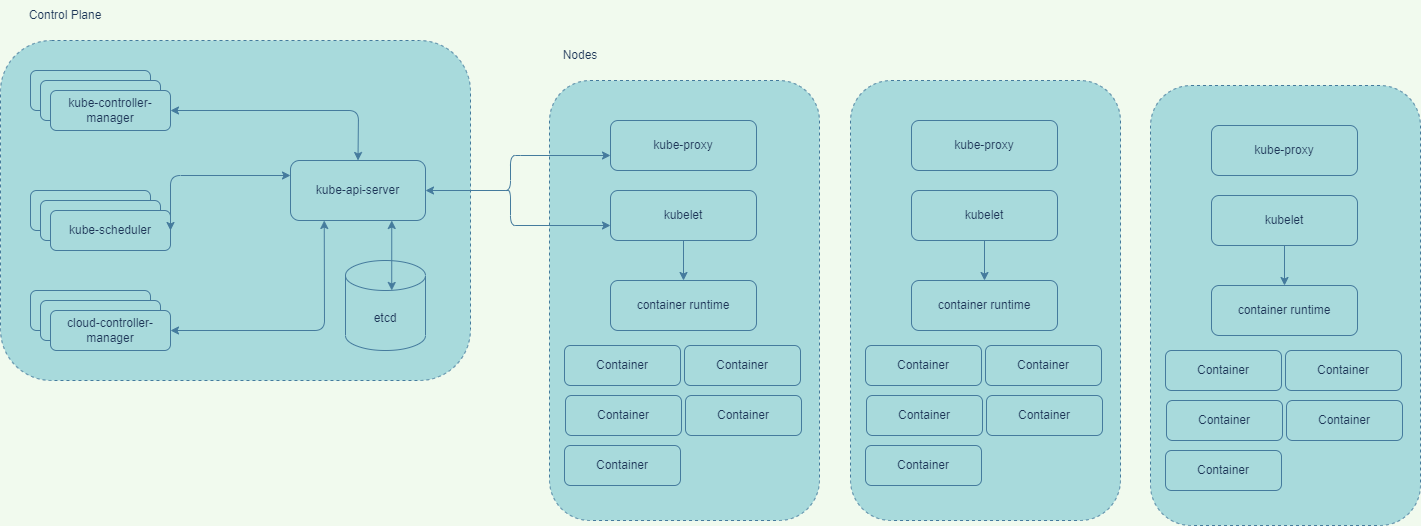
dulanjanad/LearnKubernetes keeps this draw.io diagram as Diagrams/K8S-BigPicture.png. Above is the earlier version. Source tidied: cells renumbered, new cells last; positions are measured from the earlier drawing's top-left corner, leaving out a move shared by most shapes.
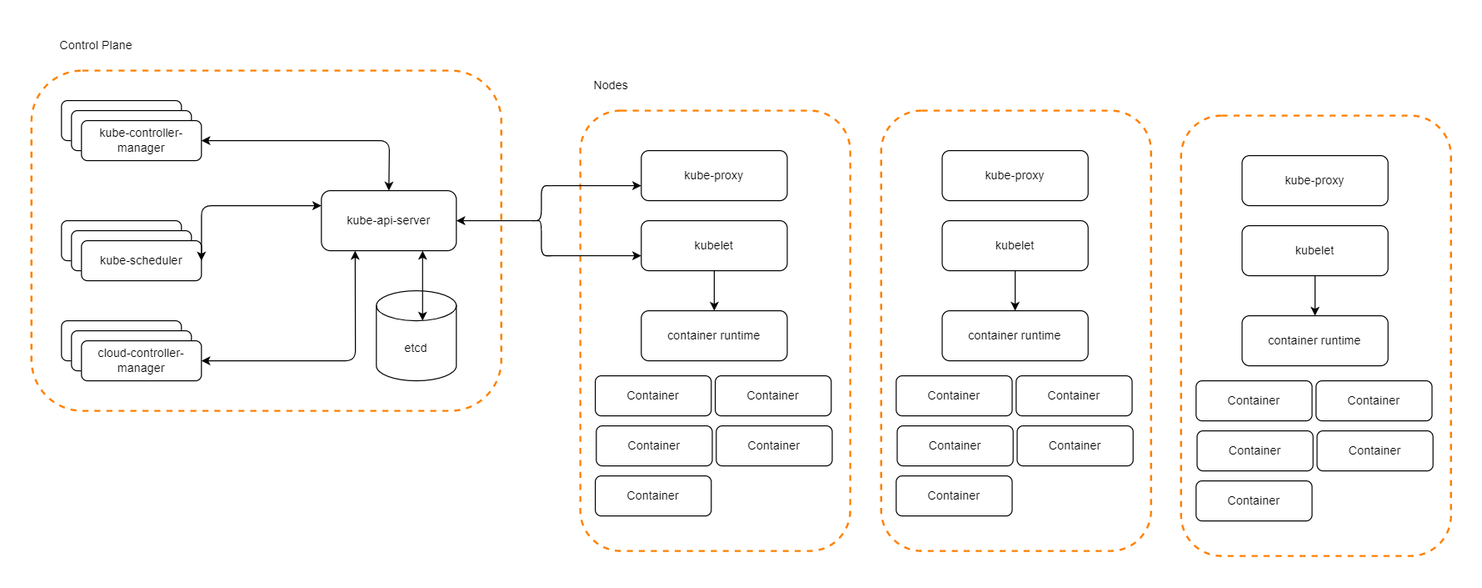
The same file after the commit.

What changed in the source:
```diff
@@ -1,178 +1,178 @@
-<mxGraphModel background="#F1FAEE">
+<mxGraphModel background="#FFFFFF">
   <root>
     <mxCell id="0" />
     <mxCell id="1" parent="0" />
-    <mxCell id="2" style="shape=ext;rounded=1;whiteSpace=wrap;html=1;dashed=1;fillColor=#A8DADC;strokeColor=#457B9D;fontColor=#1D3557;" parent="1" vertex="1">
+    <mxCell id="2" style="shape=ext;rounded=1;whiteSpace=wrap;html=1;dashed=1;fillColor=none;strokeColor=#FF8000;strokeWidth=2;" parent="1" vertex="1">
       <mxGeometry y="40" width="470" height="340" as="geometry" />
     </mxCell>
-    <mxCell id="3" style="rounded=1;whiteSpace=wrap;html=1;fillColor=#A8DADC;strokeColor=#457B9D;fontColor=#1D3557;" parent="1" vertex="1">
+    <mxCell id="3" style="rounded=1;whiteSpace=wrap;html=1;" parent="1" vertex="1">
       <mxGeometry x="30" y="70" width="120" height="40" as="geometry" />
     </mxCell>
-    <mxCell id="4" style="rounded=1;whiteSpace=wrap;html=1;fillColor=#A8DADC;strokeColor=#457B9D;fontColor=#1D3557;" parent="1" vertex="1">
+    <mxCell id="4" style="rounded=1;whiteSpace=wrap;html=1;" parent="1" vertex="1">
       <mxGeometry x="40" y="80" width="120" height="40" as="geometry" />
     </mxCell>
-    <mxCell id="5" value="kube-controller-manager" style="rounded=1;whiteSpace=wrap;html=1;fillColor=#A8DADC;strokeColor=#457B9D;fontColor=#1D3557;" parent="1" vertex="1">
+    <mxCell id="5" value="kube-controller-manager" style="rounded=1;whiteSpace=wrap;html=1;" parent="1" vertex="1">
       <mxGeometry x="50" y="90" width="120" height="40" as="geometry" />
     </mxCell>
-    <mxCell id="6" style="rounded=1;whiteSpace=wrap;html=1;fillColor=#A8DADC;strokeColor=#457B9D;fontColor=#1D3557;" parent="1" vertex="1">
+    <mxCell id="6" style="rounded=1;whiteSpace=wrap;html=1;" parent="1" vertex="1">
       <mxGeometry x="30" y="190" width="120" height="40" as="geometry" />
     </mxCell>
-    <mxCell id="7" style="rounded=1;whiteSpace=wrap;html=1;fillColor=#A8DADC;strokeColor=#457B9D;fontColor=#1D3557;" parent="1" vertex="1">
+    <mxCell id="7" style="rounded=1;whiteSpace=wrap;html=1;" parent="1" vertex="1">
       <mxGeometry x="40" y="200" width="120" height="40" as="geometry" />
     </mxCell>
-    <mxCell id="8" value="kube-scheduler" style="rounded=1;whiteSpace=wrap;html=1;fillColor=#A8DADC;strokeColor=#457B9D;fontColor=#1D3557;" parent="1" vertex="1">
+    <mxCell id="8" value="kube-scheduler" style="rounded=1;whiteSpace=wrap;html=1;" parent="1" vertex="1">
       <mxGeometry x="50" y="210" width="120" height="40" as="geometry" />
     </mxCell>
-    <mxCell id="9" style="rounded=1;whiteSpace=wrap;html=1;fillColor=#A8DADC;strokeColor=#457B9D;fontColor=#1D3557;" parent="1" vertex="1">
+    <mxCell id="9" style="rounded=1;whiteSpace=wrap;html=1;" parent="1" vertex="1">
       <mxGeometry x="30" y="290" width="120" height="40" as="geometry" />
     </mxCell>
-    <mxCell id="10" style="rounded=1;whiteSpace=wrap;html=1;fillColor=#A8DADC;strokeColor=#457B9D;fontColor=#1D3557;" parent="1" vertex="1">
+    <mxCell id="10" style="rounded=1;whiteSpace=wrap;html=1;" parent="1" vertex="1">
       <mxGeometry x="40" y="300" width="120" height="40" as="geometry" />
     </mxCell>
-    <mxCell id="11" value="cloud-controller-manager" style="rounded=1;whiteSpace=wrap;html=1;fillColor=#A8DADC;strokeColor=#457B9D;fontColor=#1D3557;" parent="1" vertex="1">
+    <mxCell id="11" value="cloud-controller-manager" style="rounded=1;whiteSpace=wrap;html=1;" parent="1" vertex="1">
       <mxGeometry x="50" y="310" width="120" height="40" as="geometry" />
     </mxCell>
-    <mxCell id="12" value="kube-api-server" style="rounded=1;whiteSpace=wrap;html=1;fillColor=#A8DADC;strokeColor=#457B9D;fontColor=#1D3557;" parent="1" vertex="1">
+    <mxCell id="12" value="kube-api-server" style="rounded=1;whiteSpace=wrap;html=1;" parent="1" vertex="1">
       <mxGeometry x="290" y="160" width="135" height="60" as="geometry" />
     </mxCell>
-    <mxCell id="13" value="etcd" style="shape=cylinder3;whiteSpace=wrap;html=1;boundedLbl=1;backgroundOutline=1;size=15;rounded=1;fillColor=#A8DADC;strokeColor=#457B9D;fontColor=#1D3557;" parent="1" vertex="1">
+    <mxCell id="13" value="etcd" style="shape=cylinder3;whiteSpace=wrap;html=1;boundedLbl=1;backgroundOutline=1;size=15;rounded=1;" parent="1" vertex="1">
       <mxGeometry x="345" y="260" width="80" height="90" as="geometry" />
     </mxCell>
-    <mxCell id="14" style="endArrow=classic;startArrow=classic;html=1;rounded=1;exitX=1;exitY=0.5;exitDx=0;exitDy=0;entryX=0.5;entryY=0;entryDx=0;entryDy=0;labelBackgroundColor=#F1FAEE;strokeColor=#457B9D;fontColor=#1D3557;" parent="1" edge="1" source="5" target="12">
+    <mxCell id="14" style="endArrow=classic;startArrow=classic;html=1;rounded=1;exitX=1;exitY=0.5;exitDx=0;exitDy=0;entryX=0.5;entryY=0;entryDx=0;entryDy=0;" parent="1" edge="1" source="5" target="12">
       <mxGeometry relative="1" as="geometry">
         <Array as="points">
           <mxPoint x="358" y="110" />
         </Array>
       </mxGeometry>
     </mxCell>
-    <mxCell id="15" style="endArrow=classic;startArrow=classic;html=1;rounded=1;exitX=1;exitY=0.5;exitDx=0;exitDy=0;entryX=0;entryY=0.25;entryDx=0;entryDy=0;labelBackgroundColor=#F1FAEE;strokeColor=#457B9D;fontColor=#1D3557;" parent="1" edge="1" source="8" target="12">
+    <mxCell id="15" style="endArrow=classic;startArrow=classic;html=1;rounded=1;exitX=1;exitY=0.5;exitDx=0;exitDy=0;entryX=0;entryY=0.25;entryDx=0;entryDy=0;" parent="1" edge="1" source="8" target="12">
       <mxGeometry relative="1" as="geometry">
         <Array as="points">
           <mxPoint x="170" y="175" />
         </Array>
       </mxGeometry>
     </mxCell>
-    <mxCell id="16" style="endArrow=classic;startArrow=classic;html=1;rounded=1;exitX=1;exitY=0.5;exitDx=0;exitDy=0;entryX=0.25;entryY=1;entryDx=0;entryDy=0;labelBackgroundColor=#F1FAEE;strokeColor=#457B9D;fontColor=#1D3557;" parent="1" edge="1" source="11" target="12">
+    <mxCell id="16" style="endArrow=classic;startArrow=classic;html=1;rounded=1;exitX=1;exitY=0.5;exitDx=0;exitDy=0;entryX=0.25;entryY=1;entryDx=0;entryDy=0;" parent="1" edge="1" source="11" target="12">
       <mxGeometry relative="1" as="geometry">
         <Array as="points">
           <mxPoint x="324" y="330" />
         </Array>
       </mxGeometry>
     </mxCell>
-    <mxCell id="17" style="endArrow=classic;startArrow=classic;html=1;rounded=1;entryX=0.75;entryY=1;entryDx=0;entryDy=0;exitX=0.578;exitY=0.333;exitDx=0;exitDy=0;exitPerimeter=0;labelBackgroundColor=#F1FAEE;strokeColor=#457B9D;fontColor=#1D3557;" parent="1" edge="1" source="13" target="12">
+    <mxCell id="17" style="endArrow=classic;startArrow=classic;html=1;rounded=1;entryX=0.75;entryY=1;entryDx=0;entryDy=0;exitX=0.578;exitY=0.333;exitDx=0;exitDy=0;exitPerimeter=0;" parent="1" edge="1" source="13" target="12">
       <mxGeometry relative="1" as="geometry" />
     </mxCell>
-    <mxCell id="18" style="shape=ext;rounded=1;whiteSpace=wrap;html=1;dashed=1;fillColor=#A8DADC;strokeColor=#457B9D;fontColor=#1D3557;" parent="1" vertex="1">
+    <mxCell id="18" style="shape=ext;rounded=1;whiteSpace=wrap;html=1;dashed=1;fillColor=none;strokeColor=#FF8000;strokeWidth=2;" parent="1" vertex="1">
       <mxGeometry x="549" y="80" width="270" height="440" as="geometry" />
     </mxCell>
-    <mxCell id="19" value="kube-proxy" style="rounded=1;whiteSpace=wrap;html=1;fillColor=#A8DADC;strokeColor=#457B9D;fontColor=#1D3557;" parent="1" vertex="1">
+    <mxCell id="19" value="kube-proxy" style="rounded=1;whiteSpace=wrap;html=1;" parent="1" vertex="1">
       <mxGeometry x="610" y="120" width="146" height="50" as="geometry" />
     </mxCell>
-    <mxCell id="20" value="kubelet" style="rounded=1;whiteSpace=wrap;html=1;fillColor=#A8DADC;strokeColor=#457B9D;fontColor=#1D3557;" parent="1" vertex="1">
+    <mxCell id="20" value="kubelet" style="rounded=1;whiteSpace=wrap;html=1;" parent="1" vertex="1">
       <mxGeometry x="610" y="190" width="146" height="50" as="geometry" />
     </mxCell>
-    <mxCell id="21" value="container runtime" style="rounded=1;whiteSpace=wrap;html=1;fillColor=#A8DADC;strokeColor=#457B9D;fontColor=#1D3557;" parent="1" vertex="1">
+    <mxCell id="21" value="container runtime" style="rounded=1;whiteSpace=wrap;html=1;" parent="1" vertex="1">
       <mxGeometry x="610" y="280" width="146" height="50" as="geometry" />
     </mxCell>
-    <mxCell id="22" value="Container" style="rounded=1;whiteSpace=wrap;html=1;fillColor=#A8DADC;strokeColor=#457B9D;fontColor=#1D3557;" parent="1" vertex="1">
+    <mxCell id="22" value="Container" style="rounded=1;whiteSpace=wrap;html=1;" parent="1" vertex="1">
       <mxGeometry x="564" y="345" width="116" height="40" as="geometry" />
     </mxCell>
-    <mxCell id="23" value="Container" style="rounded=1;whiteSpace=wrap;html=1;fillColor=#A8DADC;strokeColor=#457B9D;fontColor=#1D3557;" parent="1" vertex="1">
+    <mxCell id="23" value="Container" style="rounded=1;whiteSpace=wrap;html=1;" parent="1" vertex="1">
       <mxGeometry x="684" y="345" width="116" height="40" as="geometry" />
     </mxCell>
-    <mxCell id="24" value="Container" style="rounded=1;whiteSpace=wrap;html=1;fillColor=#A8DADC;strokeColor=#457B9D;fontColor=#1D3557;" parent="1" vertex="1">
+    <mxCell id="24" value="Container" style="rounded=1;whiteSpace=wrap;html=1;" parent="1" vertex="1">
       <mxGeometry x="565" y="395" width="116" height="40" as="geometry" />
     </mxCell>
-    <mxCell id="25" value="Container" style="rounded=1;whiteSpace=wrap;html=1;fillColor=#A8DADC;strokeColor=#457B9D;fontColor=#1D3557;" parent="1" vertex="1">
+    <mxCell id="25" value="Container" style="rounded=1;whiteSpace=wrap;html=1;" parent="1" vertex="1">
       <mxGeometry x="685" y="395" width="116" height="40" as="geometry" />
     </mxCell>
-    <mxCell id="26" value="Container" style="rounded=1;whiteSpace=wrap;html=1;fillColor=#A8DADC;strokeColor=#457B9D;fontColor=#1D3557;" parent="1" vertex="1">
+    <mxCell id="26" value="Container" style="rounded=1;whiteSpace=wrap;html=1;" parent="1" vertex="1">
       <mxGeometry x="564" y="445" width="116" height="40" as="geometry" />
     </mxCell>
-    <mxCell id="27" style="endArrow=classic;html=1;rounded=1;exitX=0.5;exitY=1;exitDx=0;exitDy=0;labelBackgroundColor=#F1FAEE;strokeColor=#457B9D;fontColor=#1D3557;" parent="1" edge="1" source="20" target="21">
+    <mxCell id="27" style="endArrow=classic;html=1;rounded=1;exitX=0.5;exitY=1;exitDx=0;exitDy=0;" parent="1" edge="1" source="20" target="21">
       <mxGeometry relative="1" as="geometry" />
     </mxCell>
-    <mxCell id="28" style="shape=ext;rounded=1;whiteSpace=wrap;html=1;dashed=1;fillColor=#A8DADC;strokeColor=#457B9D;fontColor=#1D3557;" parent="1" vertex="1">
+    <mxCell id="28" style="shape=ext;rounded=1;whiteSpace=wrap;html=1;dashed=1;fillColor=none;strokeColor=#FF8000;strokeWidth=2;" parent="1" vertex="1">
       <mxGeometry x="850" y="80" width="270" height="440" as="geometry" />
     </mxCell>
-    <mxCell id="29" value="kube-proxy" style="rounded=1;whiteSpace=wrap;html=1;fillColor=#A8DADC;strokeColor=#457B9D;fontColor=#1D3557;" parent="1" vertex="1">
+    <mxCell id="29" value="kube-proxy" style="rounded=1;whiteSpace=wrap;html=1;" parent="1" vertex="1">
       <mxGeometry x="911" y="120" width="146" height="50" as="geometry" />
     </mxCell>
-    <mxCell id="30" value="kubelet" style="rounded=1;whiteSpace=wrap;html=1;fillColor=#A8DADC;strokeColor=#457B9D;fontColor=#1D3557;" parent="1" vertex="1">
+    <mxCell id="30" value="kubelet" style="rounded=1;whiteSpace=wrap;html=1;" parent="1" vertex="1">
       <mxGeometry x="911" y="190" width="146" height="50" as="geometry" />
     </mxCell>
-    <mxCell id="31" value="container runtime" style="rounded=1;whiteSpace=wrap;html=1;fillColor=#A8DADC;strokeColor=#457B9D;fontColor=#1D3557;" parent="1" vertex="1">
+    <mxCell id="31" value="container runtime" style="rounded=1;whiteSpace=wrap;html=1;" parent="1" vertex="1">
       <mxGeometry x="911" y="280" width="146" height="50" as="geometry" />
     </mxCell>
-    <mxCell id="32" value="Container" style="rounded=1;whiteSpace=wrap;html=1;fillColor=#A8DADC;strokeColor=#457B9D;fontColor=#1D3557;" parent="1" vertex="1">
+    <mxCell id="32" value="Container" style="rounded=1;whiteSpace=wrap;html=1;" parent="1" vertex="1">
       <mxGeometry x="865" y="345" width="116" height="40" as="geometry" />
     </mxCell>
-    <mxCell id="33" value="Container" style="rounded=1;whiteSpace=wrap;html=1;fillColor=#A8DADC;strokeColor=#457B9D;fontColor=#1D3557;" parent="1" vertex="1">
+    <mxCell id="33" value="Container" style="rounded=1;whiteSpace=wrap;html=1;" parent="1" vertex="1">
       <mxGeometry x="985" y="345" width="116" height="40" as="geometry" />
     </mxCell>
-    <mxCell id="34" value="Container" style="rounded=1;whiteSpace=wrap;html=1;fillColor=#A8DADC;strokeColor=#457B9D;fontColor=#1D3557;" parent="1" vertex="1">
+    <mxCell id="34" value="Container" style="rounded=1;whiteSpace=wrap;html=1;" parent="1" vertex="1">
       <mxGeometry x="866" y="395" width="116" height="40" as="geometry" />
     </mxCell>
-    <mxCell id="35" value="Container" style="rounded=1;whiteSpace=wrap;html=1;fillColor=#A8DADC;strokeColor=#457B9D;fontColor=#1D3557;" parent="1" vertex="1">
+    <mxCell id="35" value="Container" style="rounded=1;whiteSpace=wrap;html=1;" parent="1" vertex="1">
       <mxGeometry x="986" y="395" width="116" height="40" as="geometry" />
     </mxCell>
-    <mxCell id="36" value="Container" style="rounded=1;whiteSpace=wrap;html=1;fillColor=#A8DADC;strokeColor=#457B9D;fontColor=#1D3557;" parent="1" vertex="1">
+    <mxCell id="36" value="Container" style="rounded=1;whiteSpace=wrap;html=1;" parent="1" vertex="1">
       <mxGeometry x="865" y="445" width="116" height="40" as="geometry" />
     </mxCell>
-    <mxCell id="37" style="endArrow=classic;html=1;rounded=1;exitX=0.5;exitY=1;exitDx=0;exitDy=0;labelBackgroundColor=#F1FAEE;strokeColor=#457B9D;fontColor=#1D3557;" parent="1" edge="1" source="30" target="31">
+    <mxCell id="37" style="endArrow=classic;html=1;rounded=1;exitX=0.5;exitY=1;exitDx=0;exitDy=0;" parent="1" edge="1" source="30" target="31">
       <mxGeometry relative="1" as="geometry" />
     </mxCell>
-    <mxCell id="38" style="shape=ext;rounded=1;whiteSpace=wrap;html=1;dashed=1;fillColor=#A8DADC;strokeColor=#457B9D;fontColor=#1D3557;" parent="1" vertex="1">
+    <mxCell id="38" style="shape=ext;rounded=1;whiteSpace=wrap;html=1;dashed=1;fillColor=none;strokeColor=#FF8000;strokeWidth=2;" parent="1" vertex="1">
       <mxGeometry x="1150" y="85" width="270" height="440" as="geometry" />
     </mxCell>
-    <mxCell id="39" value="kube-proxy" style="rounded=1;whiteSpace=wrap;html=1;fillColor=#A8DADC;strokeColor=#457B9D;fontColor=#1D3557;" parent="1" vertex="1">
+    <mxCell id="39" value="kube-proxy" style="rounded=1;whiteSpace=wrap;html=1;" parent="1" vertex="1">
       <mxGeometry x="1211" y="125" width="146" height="50" as="geometry" />
     </mxCell>
-    <mxCell id="40" value="kubelet" style="rounded=1;whiteSpace=wrap;html=1;fillColor=#A8DADC;strokeColor=#457B9D;fontColor=#1D3557;" parent="1" vertex="1">
+    <mxCell id="40" value="kubelet" style="rounded=1;whiteSpace=wrap;html=1;" parent="1" vertex="1">
       <mxGeometry x="1211" y="195" width="146" height="50" as="geometry" />
     </mxCell>
-    <mxCell id="41" value="container runtime" style="rounded=1;whiteSpace=wrap;html=1;fillColor=#A8DADC;strokeColor=#457B9D;fontColor=#1D3557;" parent="1" vertex="1">
+    <mxCell id="41" value="container runtime" style="rounded=1;whiteSpace=wrap;html=1;" parent="1" vertex="1">
       <mxGeometry x="1211" y="285" width="146" height="50" as="geometry" />
     </mxCell>
-    <mxCell id="42" value="Container" style="rounded=1;whiteSpace=wrap;html=1;fillColor=#A8DADC;strokeColor=#457B9D;fontColor=#1D3557;" parent="1" vertex="1">
+    <mxCell id="42" value="Container" style="rounded=1;whiteSpace=wrap;html=1;" parent="1" vertex="1">
       <mxGeometry x="1165" y="350" width="116" height="40" as="geometry" />
     </mxCell>
-    <mxCell id="43" value="Container" style="rounded=1;whiteSpace=wrap;html=1;fillColor=#A8DADC;strokeColor=#457B9D;fontColor=#1D3557;" parent="1" vertex="1">
+    <mxCell id="43" value="Container" style="rounded=1;whiteSpace=wrap;html=1;" parent="1" vertex="1">
       <mxGeometry x="1285" y="350" width="116" height="40" as="geometry" />
     </mxCell>
-    <mxCell id="44" value="Container" style="rounded=1;whiteSpace=wrap;html=1;fillColor=#A8DADC;strokeColor=#457B9D;fontColor=#1D3557;" parent="1" vertex="1">
+    <mxCell id="44" value="Container" style="rounded=1;whiteSpace=wrap;html=1;" parent="1" vertex="1">
       <mxGeometry x="1166" y="400" width="116" height="40" as="geometry" />
     </mxCell>
-    <mxCell id="45" value="Container" style="rounded=1;whiteSpace=wrap;html=1;fillColor=#A8DADC;strokeColor=#457B9D;fontColor=#1D3557;" parent="1" vertex="1">
+    <mxCell id="45" value="Container" style="rounded=1;whiteSpace=wrap;html=1;" parent="1" vertex="1">
       <mxGeometry x="1286" y="400" width="116" height="40" as="geometry" />
     </mxCell>
-    <mxCell id="46" value="Container" style="rounded=1;whiteSpace=wrap;html=1;fillColor=#A8DADC;strokeColor=#457B9D;fontColor=#1D3557;" parent="1" vertex="1">
+    <mxCell id="46" value="Container" style="rounded=1;whiteSpace=wrap;html=1;" parent="1" vertex="1">
       <mxGeometry x="1165" y="450" width="116" height="40" as="geometry" />
     </mxCell>
-    <mxCell id="47" style="endArrow=classic;html=1;rounded=1;exitX=0.5;exitY=1;exitDx=0;exitDy=0;labelBackgroundColor=#F1FAEE;strokeColor=#457B9D;fontColor=#1D3557;" parent="1" edge="1" source="40" target="41">
+    <mxCell id="47" style="endArrow=classic;html=1;rounded=1;exitX=0.5;exitY=1;exitDx=0;exitDy=0;" parent="1" edge="1" source="40" target="41">
       <mxGeometry relative="1" as="geometry" />
     </mxCell>
-    <mxCell id="48" style="shape=curlyBracket;whiteSpace=wrap;html=1;rounded=1;fillColor=#A8DADC;strokeColor=#457B9D;fontColor=#1D3557;" parent="1" vertex="1">
+    <mxCell id="48" style="shape=curlyBracket;whiteSpace=wrap;html=1;rounded=1;" parent="1" vertex="1">
       <mxGeometry x="500" y="155" width="20" height="70" as="geometry" />
     </mxCell>
-    <mxCell id="49" style="endArrow=classic;html=1;rounded=1;exitX=0.1;exitY=0.5;exitDx=0;exitDy=0;exitPerimeter=0;labelBackgroundColor=#F1FAEE;strokeColor=#457B9D;fontColor=#1D3557;" parent="1" edge="1" source="48" target="12">
+    <mxCell id="49" style="endArrow=classic;html=1;rounded=1;exitX=0.1;exitY=0.5;exitDx=0;exitDy=0;exitPerimeter=0;" parent="1" edge="1" source="48" target="12">
       <mxGeometry relative="1" as="geometry" />
     </mxCell>
-    <mxCell id="50" style="endArrow=classic;html=1;rounded=1;labelBackgroundColor=#F1FAEE;strokeColor=#457B9D;fontColor=#1D3557;" parent="1" edge="1">
+    <mxCell id="50" style="endArrow=classic;html=1;rounded=1;" parent="1" edge="1">
       <mxGeometry relative="1" as="geometry">
         <mxPoint x="520" y="155" as="sourcePoint" />
         <mxPoint x="610" y="155" as="targetPoint" />
       </mxGeometry>
     </mxCell>
-    <mxCell id="51" style="endArrow=classic;html=1;rounded=1;exitX=0.75;exitY=1;exitDx=0;exitDy=0;labelBackgroundColor=#F1FAEE;strokeColor=#457B9D;fontColor=#1D3557;" parent="1" edge="1" source="48">
+    <mxCell id="51" style="endArrow=classic;html=1;rounded=1;exitX=0.75;exitY=1;exitDx=0;exitDy=0;" parent="1" edge="1" source="48">
       <mxGeometry relative="1" as="geometry">
         <mxPoint x="610" y="225" as="targetPoint" />
       </mxGeometry>
     </mxCell>
-    <mxCell id="52" value="Nodes" style="text;html=1;strokeColor=none;fillColor=none;align=center;verticalAlign=middle;whiteSpace=wrap;rounded=1;fontColor=#1D3557;" parent="1" vertex="1">
+    <mxCell id="52" value="Nodes" style="text;html=1;strokeColor=none;fillColor=none;align=center;verticalAlign=middle;whiteSpace=wrap;rounded=1;" parent="1" vertex="1">
       <mxGeometry x="550" y="40" width="60" height="30" as="geometry" />
     </mxCell>
-    <mxCell id="53" value="Control Plane" style="text;html=1;strokeColor=none;fillColor=none;align=center;verticalAlign=middle;whiteSpace=wrap;rounded=1;fontColor=#1D3557;" parent="1" vertex="1">
+    <mxCell id="53" value="Control Plane" style="text;html=1;strokeColor=none;fillColor=none;align=center;verticalAlign=middle;whiteSpace=wrap;rounded=1;" parent="1" vertex="1">
       <mxGeometry width="130" height="30" as="geometry" />
     </mxCell>
   </root>
```
